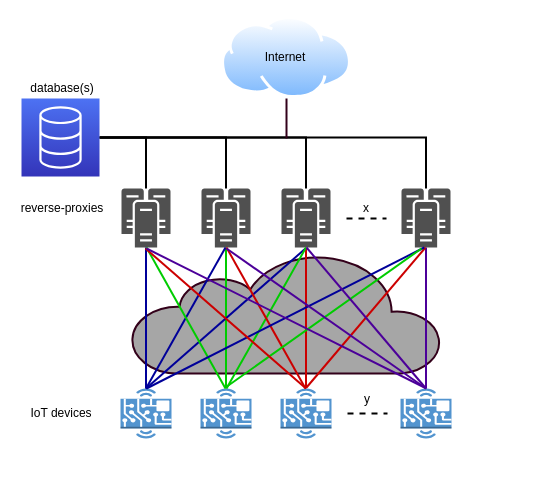
Before: paper/paper_acm/pic/proxies.drawio in syafiq/xpro, a draw.io diagram. Source tidied: cells renumbered, new cells numbered last; positions are measured from the earlier drawing's top-left corner, leaving out a move shared by most shapes. Both pictures are drawn from the tidied source at 100%, with x=0, y=0 at pixel (17, 16). Pictures stored in the file or linked from it are replaced by grey dashed boxes.
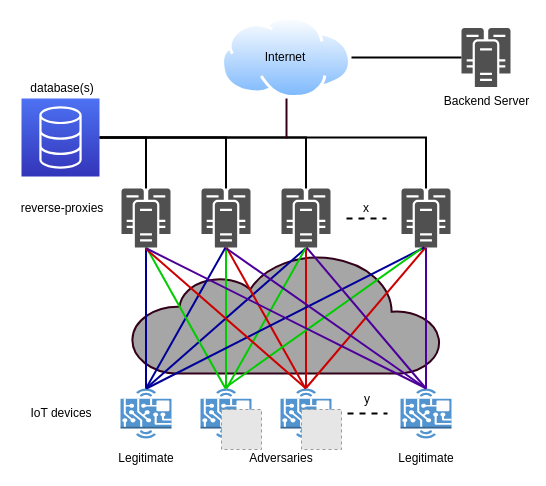
The same diagram, later.

The change refers to these unchanged cells:
```xml
<mxCell id="22" style="perimeter=ellipsePerimeter;html=1;align=center;shadow=0;dashed=0;spacingTop=3;image;image=img/lib/active_directory/internet_cloud.svg;" parent="1" vertex="1">
  <mxGeometry x="204" y="0.1" width="130" height="81.9" as="geometry" />
</mxCell>
```

Diff of the diagram source:
```diff
@@
+    <mxCell id="42" style="fillColor=#E6E6E6;strokeColor=#999999;dashed=1;html=1;verticalAlign=top;verticalLabelPosition=bottom;labelBackgroundColor=#ffffff;" parent="1" vertex="1">
+      <mxGeometry x="204" y="393" width="40" height="40" as="geometry" />
+    </mxCell>
+    <mxCell id="43" style="fillColor=#E6E6E6;strokeColor=#999999;dashed=1;html=1;verticalAlign=top;verticalLabelPosition=bottom;labelBackgroundColor=#ffffff;" parent="1" vertex="1">
+      <mxGeometry x="284" y="393" width="40" height="40" as="geometry" />
+    </mxCell>
+    <mxCell id="44" style="edgeStyle=orthogonalEdgeStyle;rounded=0;jettySize=auto;html=1;endArrow=none;endFill=0;strokeWidth=2;" parent="1" edge="1" source="45" target="22">
+      <mxGeometry relative="1" as="geometry" />
+    </mxCell>
+    <mxCell id="45" value="Backend Server" style="shadow=0;dashed=0;html=1;strokeColor=none;fillColor=#505050;labelPosition=center;verticalLabelPosition=bottom;verticalAlign=top;outlineConnect=0;align=center;shape=mxgraph.office.servers.cluster_server;" parent="1" vertex="1">
+      <mxGeometry x="444" y="11.5" width="49" height="59" as="geometry" />
+    </mxCell>
+    <mxCell id="46" value="Adversaries" style="text;html=1;strokeColor=none;fillColor=none;align=center;verticalAlign=middle;whiteSpace=wrap;rounded=0;" parent="1" vertex="1">
+      <mxGeometry x="224" y="432" width="80" height="20" as="geometry" />
+    </mxCell>
+    <mxCell id="47" value="Legitimate" style="text;html=1;strokeColor=none;fillColor=none;align=center;verticalAlign=middle;whiteSpace=wrap;rounded=0;" parent="1" vertex="1">
+      <mxGeometry x="88.5" y="432" width="80" height="20" as="geometry" />
+    </mxCell>
+    <mxCell id="48" value="Legitimate" style="text;html=1;strokeColor=none;fillColor=none;align=center;verticalAlign=middle;whiteSpace=wrap;rounded=0;" parent="1" vertex="1">
+      <mxGeometry x="368.5" y="432" width="80" height="20" as="geometry" />
+    </mxCell>
```
